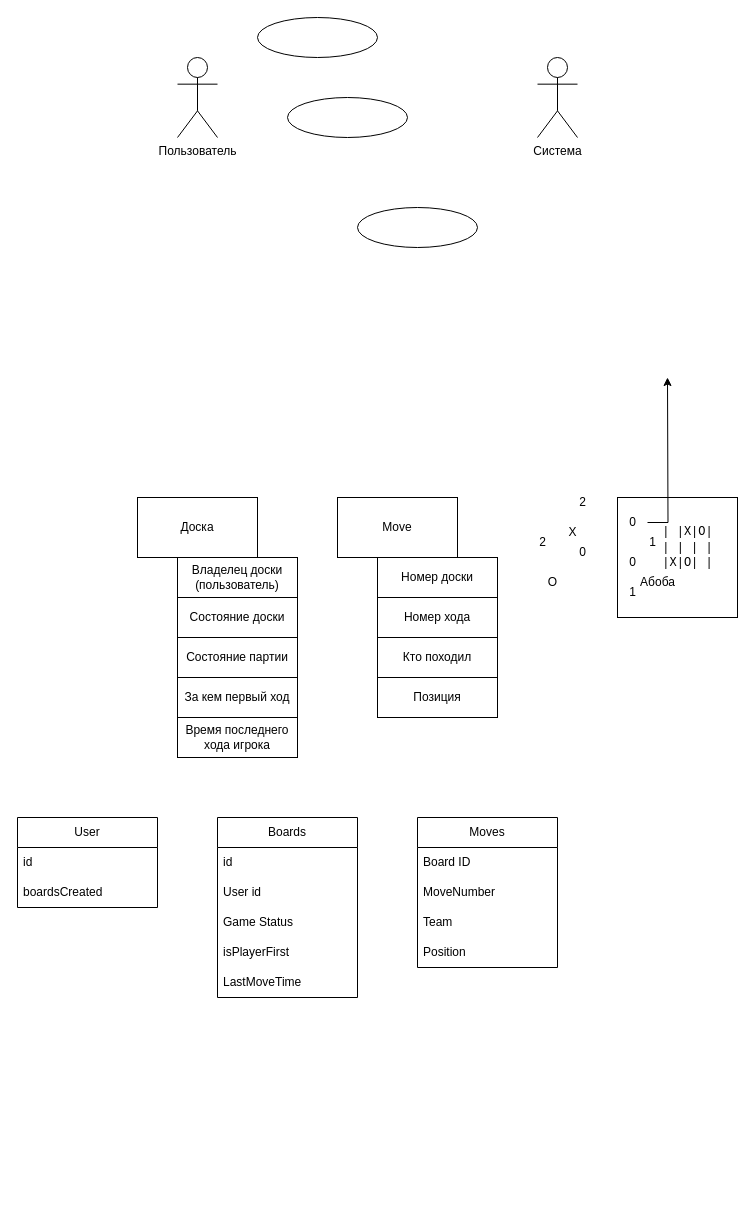
The draw.io diagram DbDiagram.drawio in KyKyPy3HuK/TicTacToeGameService, before the edit. Source tidied: cells renumbered, new cells numbered last; positions are measured from the earlier drawing's top-left corner, leaving out a move shared by most shapes. Both pictures are drawn from the tidied source at 100%, with x=0, y=0 at pixel (17, 17).
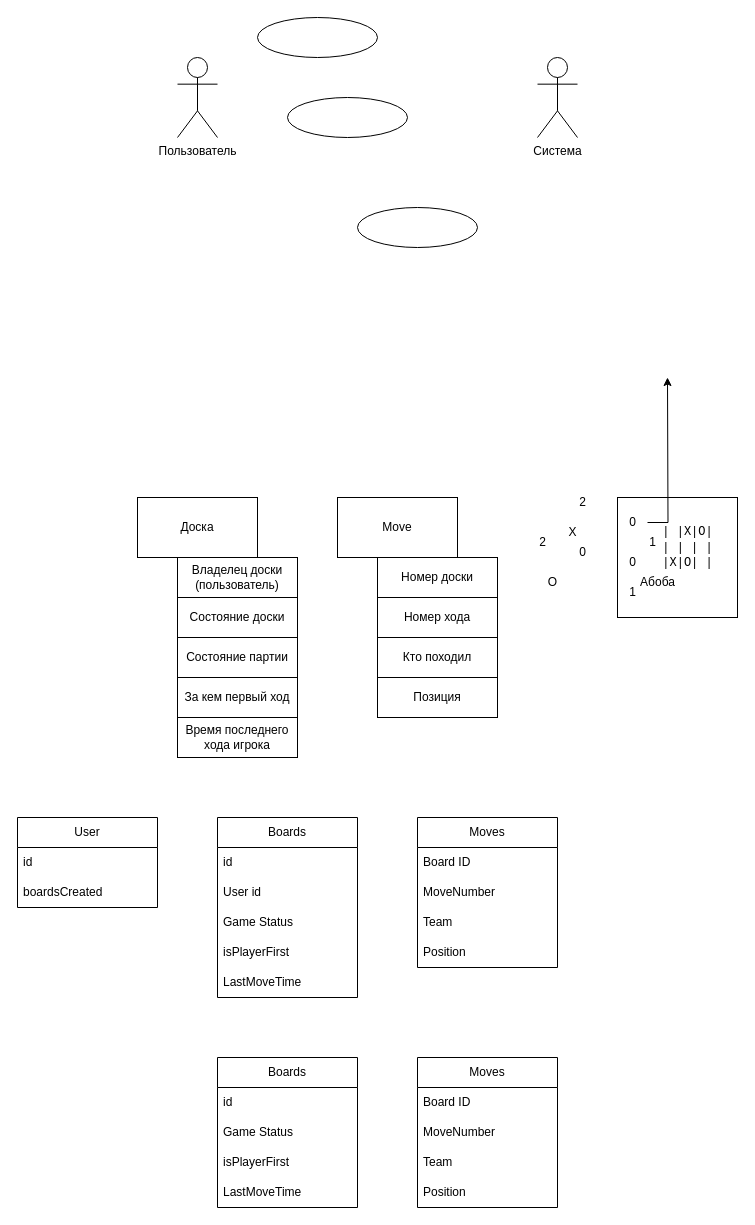
The same page after the edit.

What changed in the source:
```diff
@@
+    <mxCell id="45" value="Boards" style="swimlane;fontStyle=0;horizontal=1;startSize=30;whiteSpace=wrap;html=1;" parent="1" vertex="1">
+      <mxGeometry x="200" y="1040" width="140" height="150" as="geometry" />
+    </mxCell>
+    <mxCell id="46" value="id" style="text;strokeColor=none;fillColor=none;align=left;verticalAlign=middle;spacingLeft=4;spacingRight=4;overflow=hidden;whiteSpace=wrap;html=1;" parent="45" vertex="1">
+      <mxGeometry y="30" width="140" height="30" as="geometry" />
+    </mxCell>
+    <mxCell id="47" value="Game Status" style="text;strokeColor=none;fillColor=none;align=left;verticalAlign=middle;spacingLeft=4;spacingRight=4;overflow=hidden;whiteSpace=wrap;html=1;" parent="45" vertex="1">
+      <mxGeometry y="60" width="140" height="30" as="geometry" />
+    </mxCell>
+    <mxCell id="48" value="isPlayerFirst" style="text;strokeColor=none;fillColor=none;align=left;verticalAlign=middle;spacingLeft=4;spacingRight=4;overflow=hidden;whiteSpace=wrap;html=1;" parent="45" vertex="1">
+      <mxGeometry y="90" width="140" height="30" as="geometry" />
+    </mxCell>
+    <mxCell id="49" value="LastMoveTime" style="text;strokeColor=none;fillColor=none;align=left;verticalAlign=middle;spacingLeft=4;spacingRight=4;overflow=hidden;whiteSpace=wrap;html=1;" parent="45" vertex="1">
+      <mxGeometry y="120" width="140" height="30" as="geometry" />
+    </mxCell>
+    <mxCell id="50" value="Moves" style="swimlane;fontStyle=0;horizontal=1;startSize=30;whiteSpace=wrap;html=1;" parent="1" vertex="1">
+      <mxGeometry x="400" y="1040" width="140" height="150" as="geometry" />
+    </mxCell>
+    <mxCell id="51" value="Board ID" style="text;strokeColor=none;fillColor=none;align=left;verticalAlign=middle;spacingLeft=4;spacingRight=4;overflow=hidden;whiteSpace=wrap;html=1;" parent="50" vertex="1">
+      <mxGeometry y="30" width="140" height="30" as="geometry" />
+    </mxCell>
+    <mxCell id="52" value="MoveNumber" style="text;strokeColor=none;fillColor=none;align=left;verticalAlign=middle;spacingLeft=4;spacingRight=4;overflow=hidden;whiteSpace=wrap;html=1;" parent="50" vertex="1">
+      <mxGeometry y="60" width="140" height="30" as="geometry" />
+    </mxCell>
+    <mxCell id="53" value="Team" style="text;strokeColor=none;fillColor=none;align=left;verticalAlign=middle;spacingLeft=4;spacingRight=4;overflow=hidden;whiteSpace=wrap;html=1;" parent="50" vertex="1">
+      <mxGeometry y="90" width="140" height="30" as="geometry" />
+    </mxCell>
+    <mxCell id="54" value="Position" style="text;strokeColor=none;fillColor=none;align=left;verticalAlign=middle;spacingLeft=4;spacingRight=4;overflow=hidden;whiteSpace=wrap;html=1;" parent="50" vertex="1">
+      <mxGeometry y="120" width="140" height="30" as="geometry" />
+    </mxCell>
```
